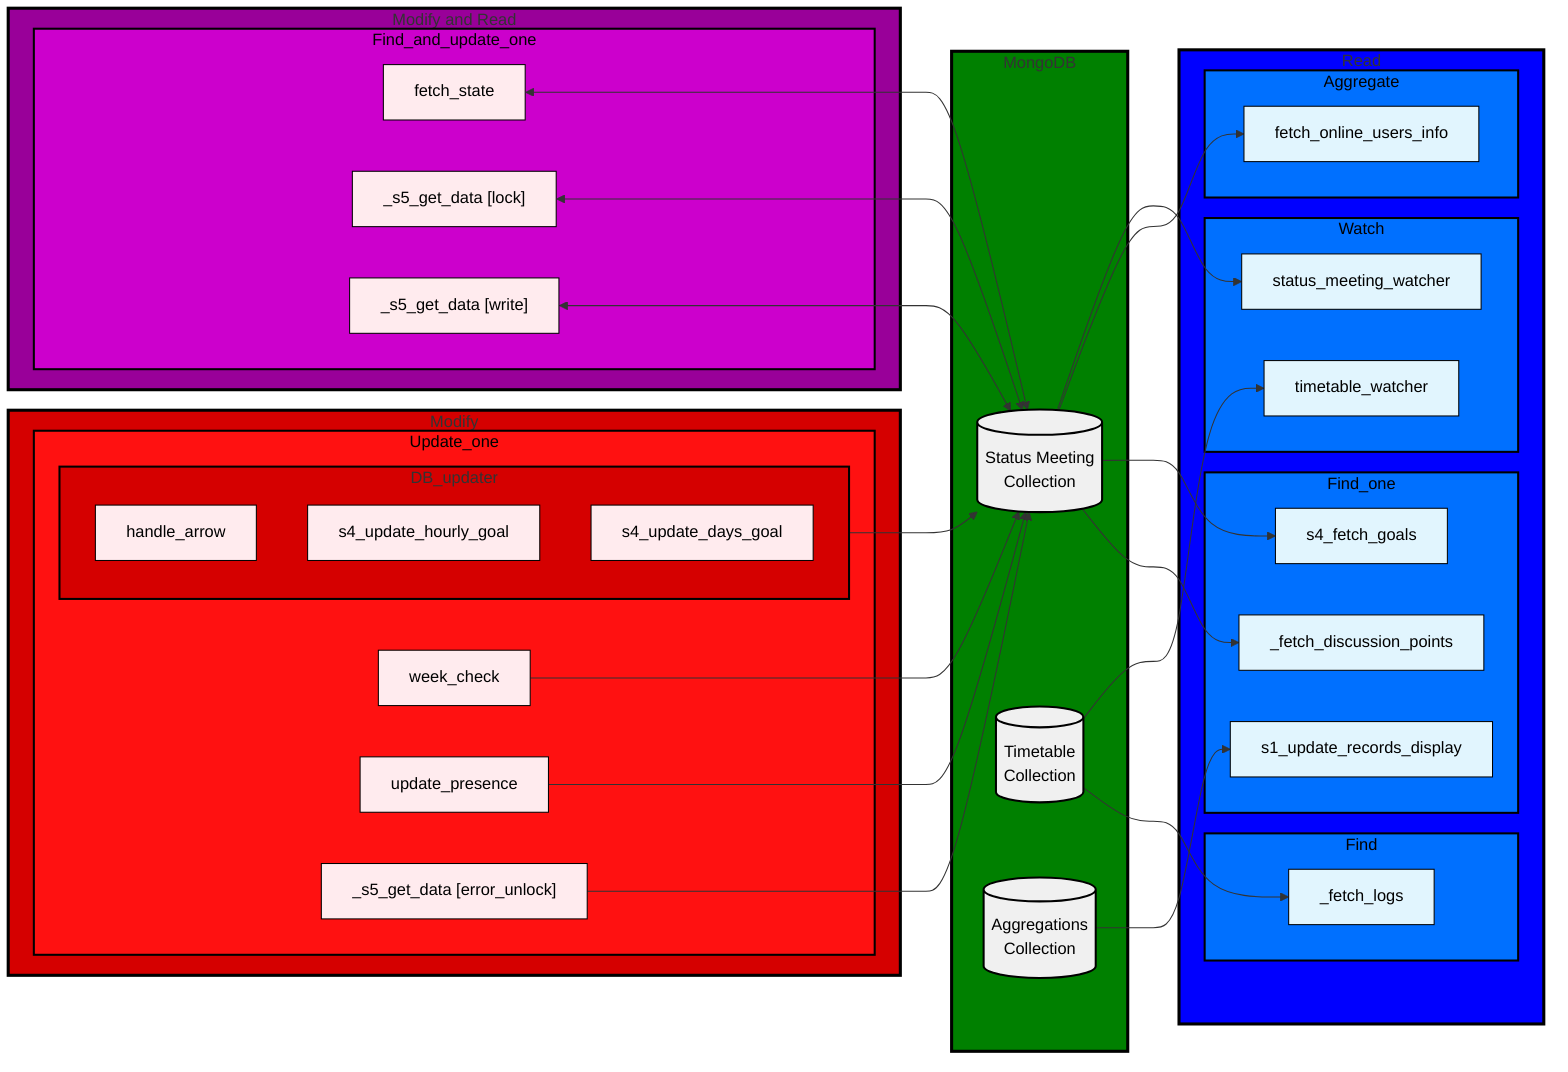
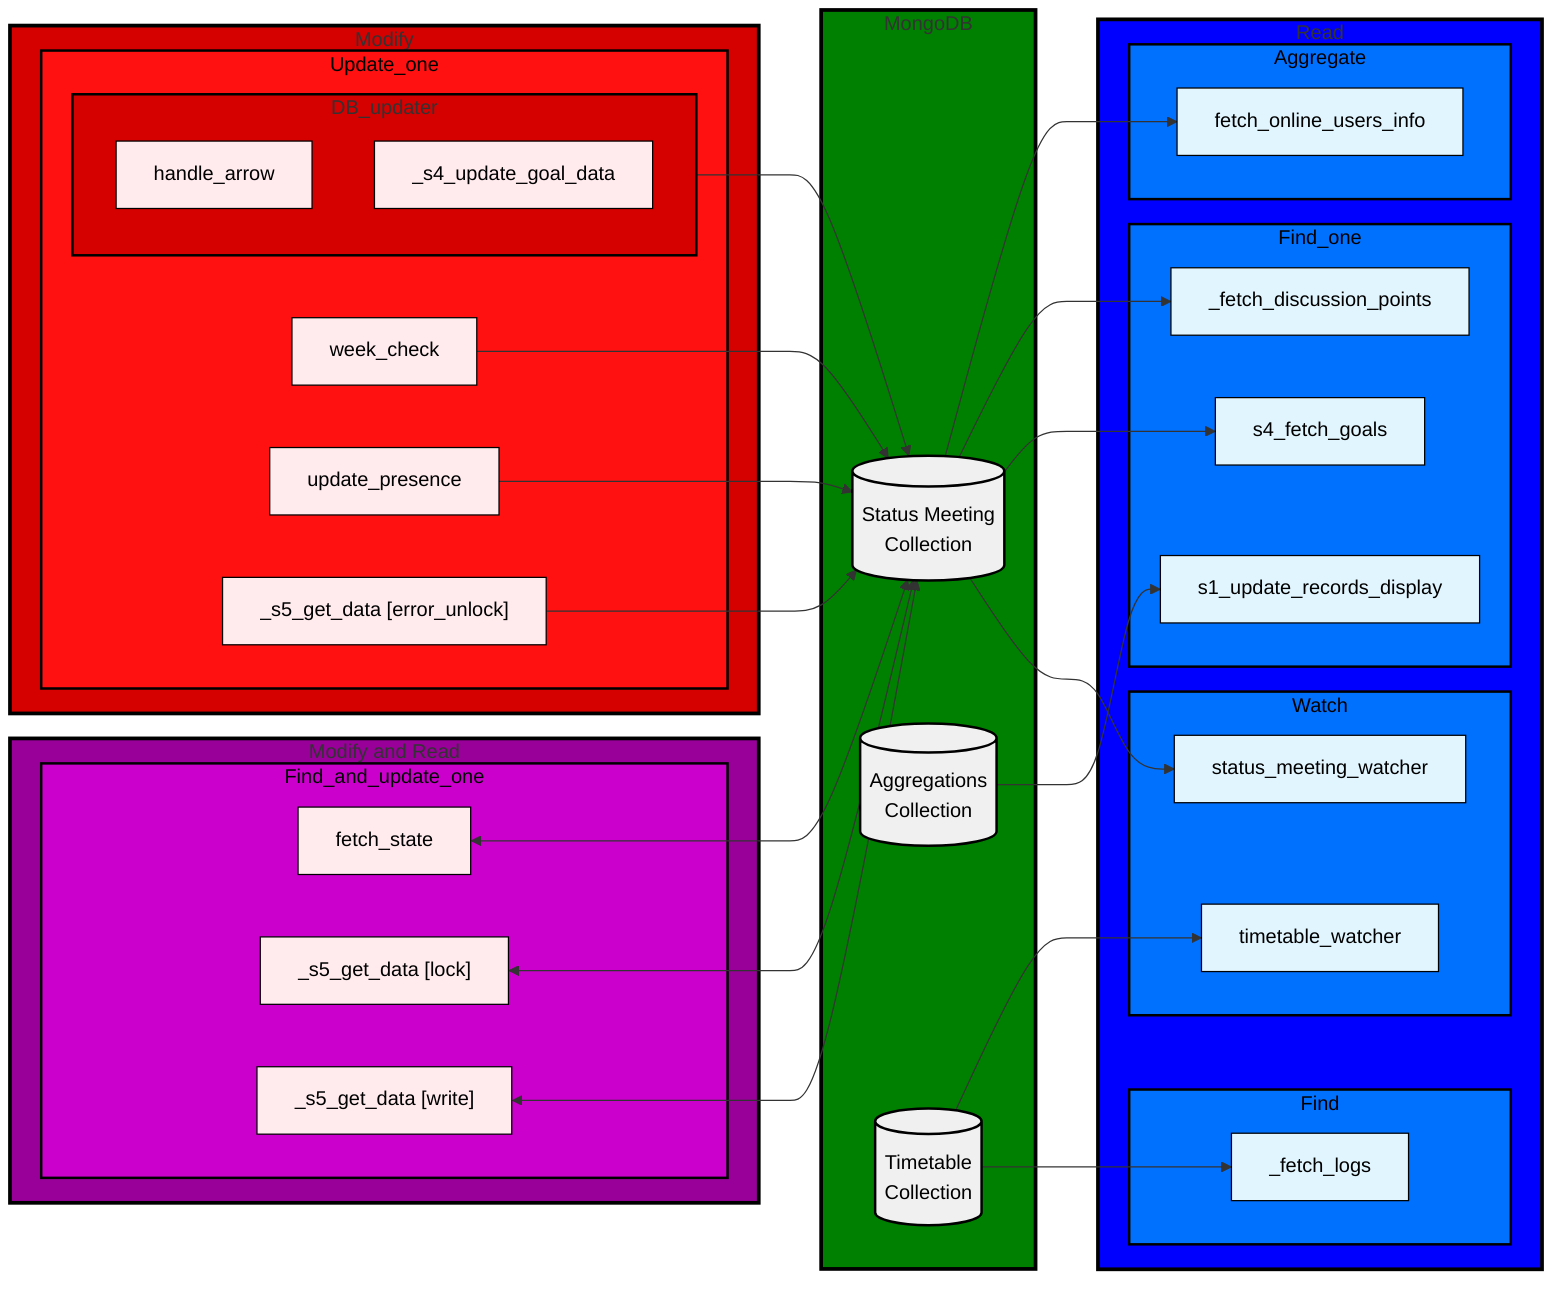
flowchart LR
    subgraph DBs["MongoDB"]
            DB_STATUS[("Status Meeting<br>Collection")]
+             DB_AGG[("Aggregations<br>Collection")]
            DB_TIME[("Timetable<br>Collection")]
-             DB_AGG[("Aggregations<br>Collection")]
        end
    subgraph Modify["Modify"]
        subgraph UpdateOne["Update_one"]
            Uo1["week_check"]
-             Uo3["update_presence"]
-             Uo6["_s5_get_data [error_unlock]"]
+             Uo2["update_presence"]
+             Uo3["_s5_get_data [error_unlock]"]
            subgraph Bulk_Group["DB_updater"]
-                 Uo2["handle_arrow"]
-                 Uo4["s4_update_hourly_goal"]
-                 Uo5["s4_update_days_goal"]
+                 Uo4["handle_arrow"]
+                 Uo5["_s4_update_goal_data"]
            end
        end
    end
    subgraph ModifyAndRead["Modify and Read"]
        subgraph FindAndUpdateOne["Find_and_update_one"]
            Fauo1["fetch_state"]
            Fauo2["_s5_get_data [lock]"]
            Fauo3["_s5_get_data [write]"]
        end
    end
    subgraph Reads["Read"]
        subgraph FindOne["Find_one"]
            Fo1["_fetch_discussion_points"]
            Fo2["s1_update_records_display"]
            Fo3["s4_fetch_goals"]
        end
        subgraph Find["Find"]
            F1["_fetch_logs"]
        end
        subgraph Aggregate["Aggregate"]
            A1["fetch_online_users_info"]
        end
        subgraph Watch["Watch"]
            W1["status_meeting_watcher"]
            W2["timetable_watcher"]
        end
    end

-     Uo1 & Uo3 & Uo6 --> DB_STATUS
+     Uo1 & Uo2 & Uo3 --> DB_STATUS
    Bulk_Group --> DB_STATUS
-     DB_STATUS --> Fo1 & Fo3 & A1 & W1
-     DB_TIME --> F1 & W2
+     DB_STATUS --> A1 & Fo1 & Fo3 & W1
+     DB_TIME -->  W2 & F1
    DB_AGG --> Fo2
    Fauo1 & Fauo2 & Fauo3 <--> DB_STATUS

    style Modify stroke:#000000,fill:#D50000,stroke-width:3px
    style DBs stroke:#000000,fill:#008000,stroke-width:3px
    style Reads stroke:#000000,fill:#0000FF,stroke-width:3px
    style ModifyAndRead stroke:#000000,fill:#990099,stroke-width:3px
    style Bulk_Group fill:#D50000,stroke:#000000,stroke-width:2px

    classDef sub_write fill:#FF1111,stroke:#000000,color:black, stroke-width:2px
    classDef sub_write_read fill:#CC00CC,stroke:#000000,color:black, stroke-width:2px
    classDef sub_read fill:#0070FF,stroke:#000000,color:black, stroke-width:2px

    class UpdateOne sub_write
    class FindAndUpdateOne sub_write_read
    class FindOne,Watch,Aggregate,Find sub_read
    %% def node classes %%
    classDef db fill:#f0f0f0,stroke:#000000,stroke-width:2px,color:black
    classDef write fill:#ffebee,stroke:#000000,color:black
    classDef writeread fill:#ffebee,stroke:#000000,color:black
    classDef read fill:#e1f5fe,stroke:#000000,color:black

    %% Assign nodes classes %%
    class DB_STATUS,DB_TIME,DB_AGG db
-     class Uo1,Uo2,Uo3,Uo4,Uo5,Uo6 write
+     class Uo1,Uo2,Uo3,Uo4,Uo5 write
    class Fauo1,Fauo2,Fauo3 writeread
    class Fo1,Fo2,Fo3,W1,W2,A1,F1 read